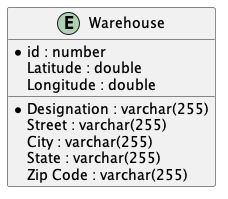
This is Deliverables/warehouse/diagrams/warehouse_database_schema.png from pedrofern/desofs2024_M1A_1, a PlantUML export, as it was before one commit. Source of this version:
```plantuml
@startuml

entity "Warehouse" {
    * id : number
    * Designation : varchar(255)
    Street : varchar(255)
    City : varchar(255)
    State : varchar(255)
    Zip Code : varchar(255)
    Latitude : double
    Longitude : double
}

@enduml
```
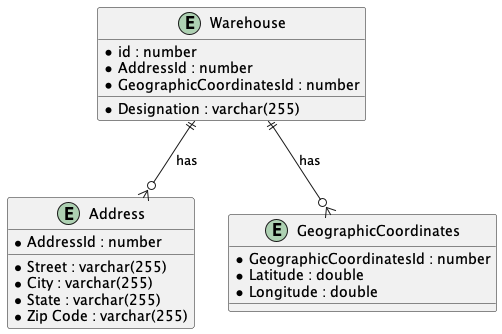
Above is the later version.

Commit message:
#3 some updates to database schema

Change to the diagram source:
```diff
@@ -3,12 +3,25 @@
 entity "Warehouse" {
     * id : number
     * Designation : varchar(255)
-    Street : varchar(255)
-    City : varchar(255)
-    State : varchar(255)
-    Zip Code : varchar(255)
-    Latitude : double
-    Longitude : double
+    * AddressId : number
+    * GeographicCoordinatesId : number
 }
 
+entity "Address" {
+    * AddressId : number
+    * Street : varchar(255)
+    * City : varchar(255)
+    * State : varchar(255)
+    * Zip Code : varchar(255)
+}
+
+entity "GeographicCoordinates" {
+    * GeographicCoordinatesId : number
+    * Latitude : double
+    * Longitude : double
+}
+
+"Warehouse" ||--o{ "Address" : "has"
+"Warehouse" ||--o{ "GeographicCoordinates" : "has"
+
 @enduml
```
